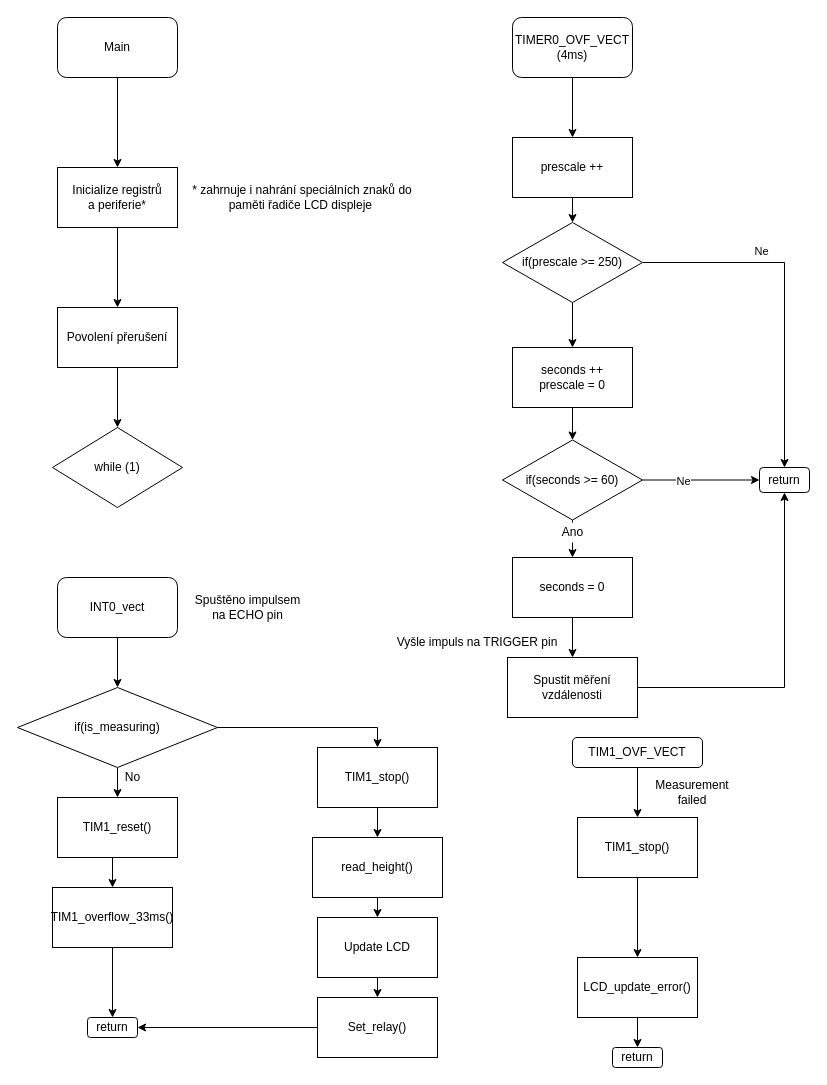
The draw.io diagram images/Main.drawio in ondrejdudasek/DE2-Project, before the edit. Source tidied: cells renumbered, new cells numbered last; positions are measured from the earlier drawing's top-left corner, leaving out a move shared by most shapes. Both pictures are drawn from the tidied source at 100%, with x=0, y=0 at pixel (17, 17).
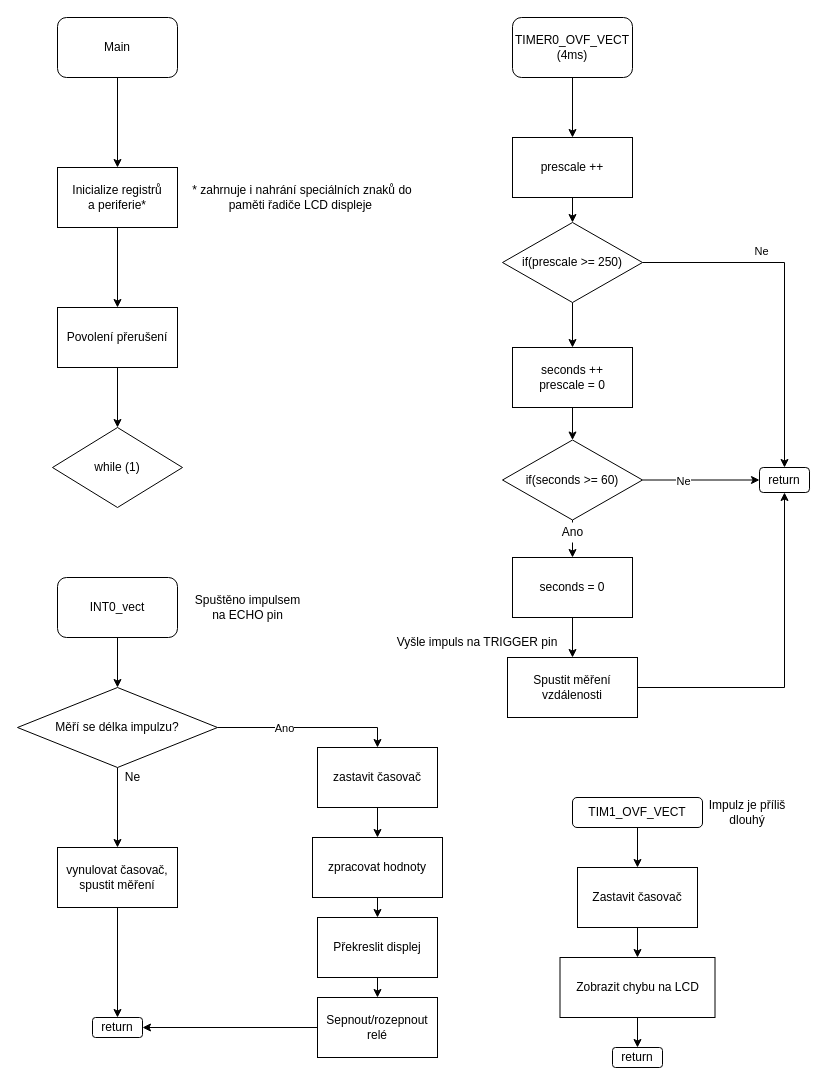
After the change.

Commit message (it also covers changes not shown here):
Flowchart modification

Change to the diagram source:
```diff
@@
-    <mxCell id="25" style="edgeStyle=orthogonalEdgeStyle;rounded=0;jettySize=auto;html=1;exitX=0.5;exitY=1;exitDx=0;exitDy=0;entryX=0.5;entryY=0;entryDx=0;entryDy=0;" parent="1" edge="1" source="26" target="33">
-      <mxGeometry relative="1" as="geometry" />
-    </mxCell>
-    <mxCell id="26" value="TIM1_overflow_33ms()" style="rounded=0;whiteSpace=wrap;html=1;" parent="1" vertex="1">
-      <mxGeometry x="35" y="870" width="120" height="60" as="geometry" />
-    </mxCell>
-    <mxCell id="27" style="edgeStyle=orthogonalEdgeStyle;rounded=0;jettySize=auto;html=1;exitX=0.5;exitY=1;exitDx=0;exitDy=0;entryX=0.5;entryY=0;entryDx=0;entryDy=0;" parent="1" edge="1" source="28" target="26">
-      <mxGeometry relative="1" as="geometry" />
-    </mxCell>
+    <mxCell id="60" style="edgeStyle=orthogonalEdgeStyle;rounded=0;jettySize=auto;html=1;exitX=0.5;exitY=1;exitDx=0;exitDy=0;entryX=0.5;entryY=0;entryDx=0;entryDy=0;" parent="1" edge="1" source="28" target="33">
+      <mxGeometry relative="1" as="geometry" />
+    </mxCell>
-    <mxCell id="28" value="TIM1_reset()" style="rounded=0;whiteSpace=wrap;html=1;" parent="1" vertex="1">
-      <mxGeometry x="40" y="780" width="120" height="60" as="geometry" />
+    <mxCell id="28" value="vynulovat časovač,&lt;br&gt;spustit měření" style="rounded=0;whiteSpace=wrap;html=1;" parent="1" vertex="1">
+      <mxGeometry x="40" y="830" width="120" height="60" as="geometry" />
     </mxCell>
@@
     <mxCell id="30" style="edgeStyle=orthogonalEdgeStyle;rounded=0;jettySize=auto;html=1;exitX=1;exitY=0.5;exitDx=0;exitDy=0;entryX=0.5;entryY=0;entryDx=0;entryDy=0;" parent="1" edge="1" source="31" target="35">
-      <mxGeometry relative="1" as="geometry" />
+      <mxGeometry relative="1" as="geometry">
+        <Array as="points">
+          <mxPoint x="360" y="710" />
+        </Array>
+      </mxGeometry>
     </mxCell>
+    <mxCell id="61" value="Ano" style="edgeLabel;html=1;align=center;verticalAlign=middle;" parent="30" vertex="1">
+      <mxGeometry x="-0.27" relative="1" as="geometry" />
+    </mxCell>
-    <mxCell id="31" value="if(is_measuring)" style="rhombus;whiteSpace=wrap;html=1;" parent="1" vertex="1">
+    <mxCell id="31" value="Měří se délka impulzu?" style="rhombus;whiteSpace=wrap;html=1;" parent="1" vertex="1">
       <mxGeometry y="670" width="200" height="80" as="geometry" />
     </mxCell>
-    <mxCell id="32" value="No" style="text;html=1;align=center;verticalAlign=middle;strokeColor=none;fillColor=none;" parent="1" vertex="1">
+    <mxCell id="32" value="Ne" style="text;html=1;align=center;verticalAlign=middle;strokeColor=none;fillColor=none;" parent="1" vertex="1">
       <mxGeometry x="100" y="750" width="30" height="20" as="geometry" />
     </mxCell>
     <mxCell id="33" value="return" style="rounded=1;whiteSpace=wrap;html=1;" parent="1" vertex="1">
-      <mxGeometry x="70" y="1000" width="50" height="20" as="geometry" />
+      <mxGeometry x="75" y="1000" width="50" height="20" as="geometry" />
     </mxCell>
@@
-    <mxCell id="35" value="TIM1_stop()" style="rounded=0;whiteSpace=wrap;html=1;" parent="1" vertex="1">
+    <mxCell id="35" value="zastavit časovač" style="rounded=0;whiteSpace=wrap;html=1;" parent="1" vertex="1">
       <mxGeometry x="300" y="730" width="120" height="60" as="geometry" />
     </mxCell>
@@
-    <mxCell id="37" value="read_height()" style="rounded=0;whiteSpace=wrap;html=1;" parent="1" vertex="1">
+    <mxCell id="37" value="zpracovat hodnoty" style="rounded=0;whiteSpace=wrap;html=1;" parent="1" vertex="1">
       <mxGeometry x="295" y="820" width="130" height="60" as="geometry" />
     </mxCell>
@@
-    <mxCell id="39" value="Update LCD" style="rounded=0;whiteSpace=wrap;html=1;" parent="1" vertex="1">
+    <mxCell id="39" value="Překreslit displej" style="rounded=0;whiteSpace=wrap;html=1;" parent="1" vertex="1">
       <mxGeometry x="300" y="900" width="120" height="60" as="geometry" />
     </mxCell>
@@
     <mxCell id="41" value="TIM1_OVF_VECT" style="rounded=1;whiteSpace=wrap;html=1;" parent="1" vertex="1">
-      <mxGeometry x="555" y="720" width="130" height="30" as="geometry" />
+      <mxGeometry x="555" y="780" width="130" height="30" as="geometry" />
     </mxCell>
-    <mxCell id="42" value="Measurement failed" style="text;html=1;strokeColor=none;fillColor=none;align=center;verticalAlign=middle;whiteSpace=wrap;rounded=0;" parent="1" vertex="1">
-      <mxGeometry x="645" y="760" width="60" height="30" as="geometry" />
+    <mxCell id="42" value="Impulz je příliš dlouhý" style="text;html=1;strokeColor=none;fillColor=none;align=center;verticalAlign=middle;whiteSpace=wrap;rounded=0;" parent="1" vertex="1">
+      <mxGeometry x="685" y="780" width="90" height="30" as="geometry" />
     </mxCell>
@@
-    <mxCell id="44" value="TIM1_stop()" style="rounded=0;whiteSpace=wrap;html=1;" parent="1" vertex="1">
-      <mxGeometry x="560" y="800" width="120" height="60" as="geometry" />
+    <mxCell id="44" value="Zastavit časovač" style="rounded=0;whiteSpace=wrap;html=1;" parent="1" vertex="1">
+      <mxGeometry x="560" y="850" width="120" height="60" as="geometry" />
     </mxCell>
@@
-    <mxCell id="46" value="LCD_update_error()" style="rounded=0;whiteSpace=wrap;html=1;" parent="1" vertex="1">
-      <mxGeometry x="560" y="940" width="120" height="60" as="geometry" />
+    <mxCell id="46" value="Zobrazit chybu na LCD" style="rounded=0;whiteSpace=wrap;html=1;" parent="1" vertex="1">
+      <mxGeometry x="542.5" y="940" width="155" height="60" as="geometry" />
     </mxCell>
@@
-    <mxCell id="49" value="Set_relay()" style="rounded=0;whiteSpace=wrap;html=1;" parent="1" vertex="1">
+    <mxCell id="49" value="Sepnout/rozepnout relé" style="rounded=0;whiteSpace=wrap;html=1;" parent="1" vertex="1">
       <mxGeometry x="300" y="980" width="120" height="60" as="geometry" />
     </mxCell>
```
